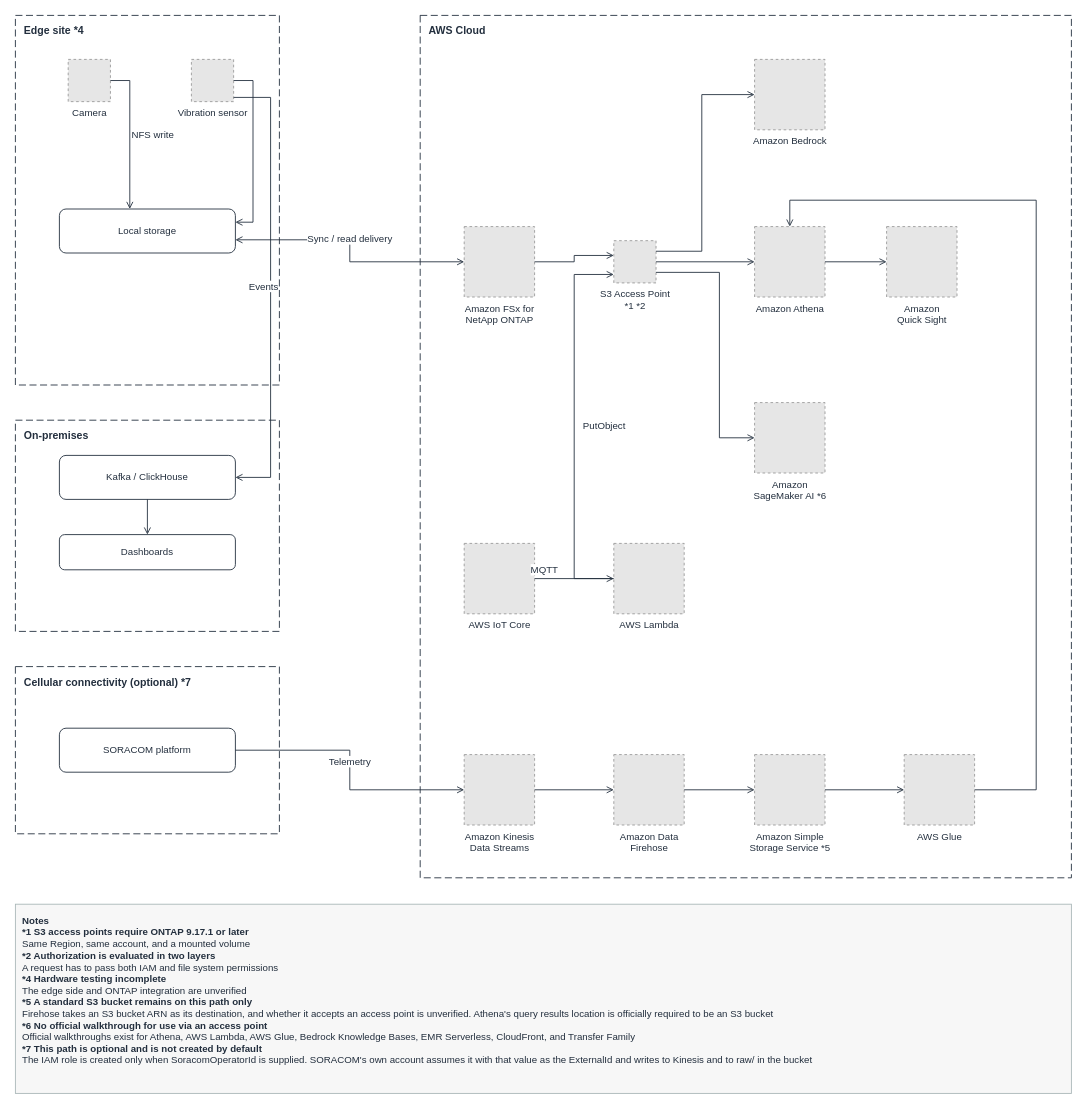
Before: docs/diagrams/architecture-overview-en.drawio in Yoshiki0705/ONTAP-Edge-to-Cloud-AI, a draw.io diagram. Source tidied: cells renumbered, new cells numbered last; positions are measured from the earlier drawing's top-left corner, leaving out a move shared by most shapes. Both pictures are drawn from the tidied source at 88%, with x=0, y=0 at pixel (15, 15). Pictures stored in the file or linked from it are replaced by grey dashed boxes.
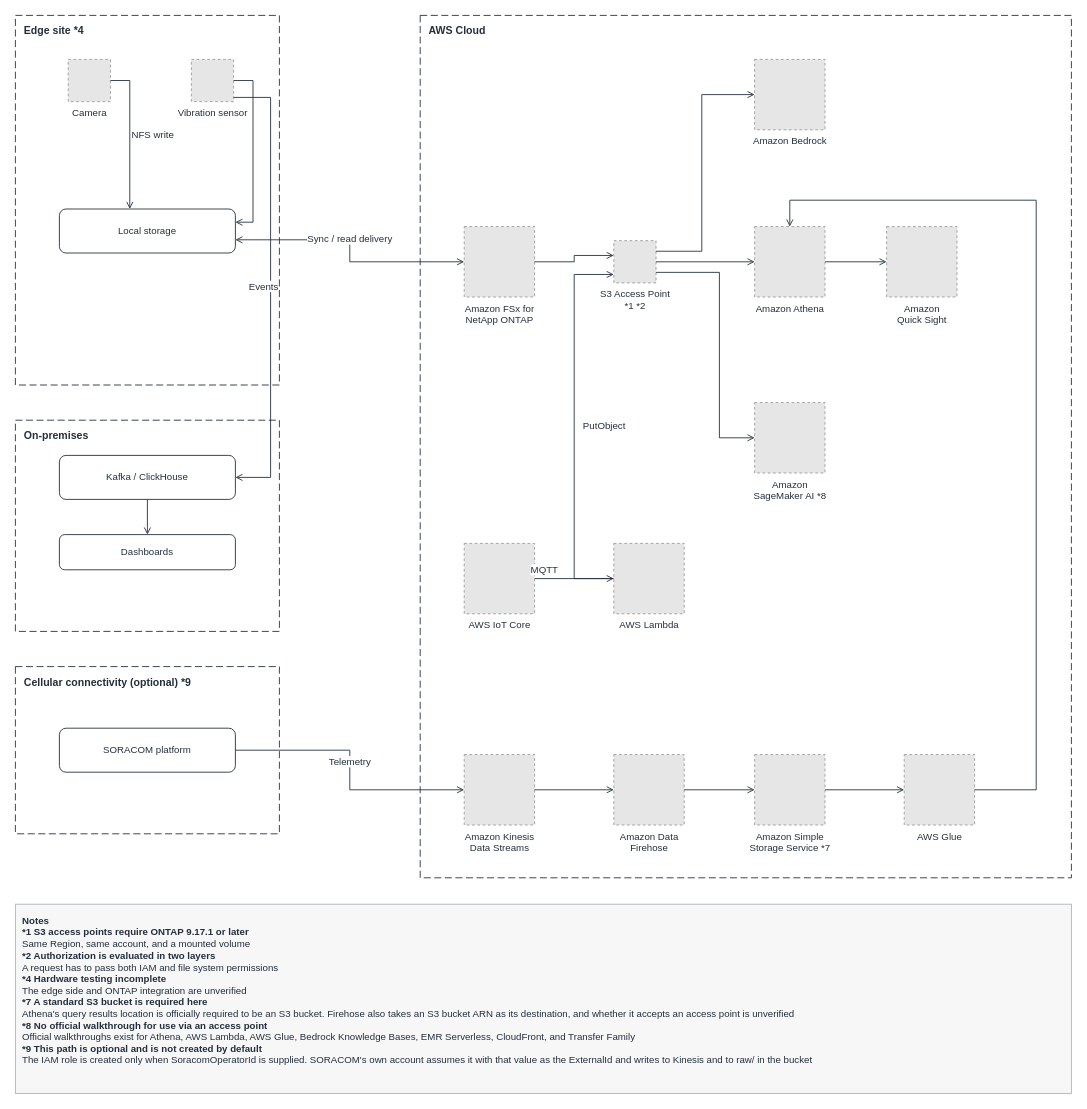
After the change.

Change to the diagram source:
```diff
@@
-    <mxCell id="4" value="Cellular connectivity (optional) *7" style="rounded=0;html=1;dashed=1;dashPattern=8 4;fillColor=none;strokeColor=#232F3E;verticalAlign=top;align=left;spacingLeft=8;spacingTop=4;fontSize=12;fontColor=#232F3E;fontStyle=1;" parent="1" vertex="1">
+    <mxCell id="4" value="Cellular connectivity (optional) *9" style="rounded=0;html=1;dashed=1;dashPattern=8 4;fillColor=none;strokeColor=#232F3E;verticalAlign=top;align=left;spacingLeft=8;spacingTop=4;fontSize=12;fontColor=#232F3E;fontStyle=1;" parent="1" vertex="1">
       <mxGeometry y="740" width="300" height="190" as="geometry" />
     </mxCell>
@@
-    <mxCell id="16" value="Amazon&lt;br&gt;SageMaker AI *6" style="fillColor=#E6E6E6;strokeColor=#999999;dashed=1;html=1;verticalLabelPosition=bottom;verticalAlign=top;labelPosition=center;align=center;fontSize=11;fontColor=#232F3E;" parent="1" vertex="1">
+    <mxCell id="16" value="Amazon&lt;br&gt;SageMaker AI *8" style="fillColor=#E6E6E6;strokeColor=#999999;dashed=1;html=1;verticalLabelPosition=bottom;verticalAlign=top;labelPosition=center;align=center;fontSize=11;fontColor=#232F3E;" parent="1" vertex="1">
       <mxGeometry x="840" y="440" width="80" height="80" as="geometry" />
     </mxCell>
@@
-    <mxCell id="22" value="Amazon Simple&lt;br&gt;Storage Service *5" style="fillColor=#E6E6E6;strokeColor=#999999;dashed=1;html=1;verticalLabelPosition=bottom;verticalAlign=top;labelPosition=center;align=center;fontSize=11;fontColor=#232F3E;" parent="1" vertex="1">
+    <mxCell id="22" value="Amazon Simple&lt;br&gt;Storage Service *7" style="fillColor=#E6E6E6;strokeColor=#999999;dashed=1;html=1;verticalLabelPosition=bottom;verticalAlign=top;labelPosition=center;align=center;fontSize=11;fontColor=#232F3E;" parent="1" vertex="1">
       <mxGeometry x="840" y="840" width="80" height="80" as="geometry" />
     </mxCell>
@@
-    <mxCell id="41" value="&lt;b&gt;Notes&lt;/b&gt;&lt;br&gt;&lt;b&gt;*1 S3 access points require ONTAP 9.17.1 or later&lt;/b&gt;&lt;br&gt;Same Region, same account, and a mounted volume&lt;br&gt;&lt;b&gt;*2 Authorization is evaluated in two layers&lt;/b&gt;&lt;br&gt;A request has to pass both IAM and file system permissions&lt;br&gt;&lt;b&gt;*4 Hardware testing incomplete&lt;/b&gt;&lt;br&gt;The edge side and ONTAP integration are unverified&lt;br&gt;&lt;b&gt;*5 A standard S3 bucket remains on this path only&lt;/b&gt;&lt;br&gt;Firehose takes an S3 bucket ARN as its destination, and whether it accepts an access point is unverified. Athena's query results location is officially required to be an S3 bucket&lt;br&gt;&lt;b&gt;*6 No official walkthrough for use via an access point&lt;/b&gt;&lt;br&gt;Official walkthroughs exist for Athena, AWS Lambda, AWS Glue, Bedrock Knowledge Bases, EMR Serverless, CloudFront, and Transfer Family&lt;br&gt;&lt;b&gt;*7 This path is optional and is not created by default&lt;/b&gt;&lt;br&gt;The IAM role is created only when SoracomOperatorId is supplied. SORACOM's own account assumes it with that value as the ExternalId and writes to Kinesis and to raw/ in the bucket" style="rounded=0;html=1;whiteSpace=wrap;fillColor=#F7F7F7;strokeColor=#AAB7B8;align=left;verticalAlign=top;spacing=8;fontSize=11;fontColor=#232F3E;" parent="1" vertex="1">
+    <mxCell id="41" value="&lt;b&gt;Notes&lt;/b&gt;&lt;br&gt;&lt;b&gt;*1 S3 access points require ONTAP 9.17.1 or later&lt;/b&gt;&lt;br&gt;Same Region, same account, and a mounted volume&lt;br&gt;&lt;b&gt;*2 Authorization is evaluated in two layers&lt;/b&gt;&lt;br&gt;A request has to pass both IAM and file system permissions&lt;br&gt;&lt;b&gt;*4 Hardware testing incomplete&lt;/b&gt;&lt;br&gt;The edge side and ONTAP integration are unverified&lt;br&gt;&lt;b&gt;*7 A standard S3 bucket is required here&lt;/b&gt;&lt;br&gt;Athena's query results location is officially required to be an S3 bucket. Firehose also takes an S3 bucket ARN as its destination, and whether it accepts an access point is unverified&lt;br&gt;&lt;b&gt;*8 No official walkthrough for use via an access point&lt;/b&gt;&lt;br&gt;Official walkthroughs exist for Athena, AWS Lambda, AWS Glue, Bedrock Knowledge Bases, EMR Serverless, CloudFront, and Transfer Family&lt;br&gt;&lt;b&gt;*9 This path is optional and is not created by default&lt;/b&gt;&lt;br&gt;The IAM role is created only when SoracomOperatorId is supplied. SORACOM's own account assumes it with that value as the ExternalId and writes to Kinesis and to raw/ in the bucket" style="rounded=0;html=1;whiteSpace=wrap;fillColor=#F7F7F7;strokeColor=#AAB7B8;align=left;verticalAlign=top;spacing=8;fontSize=11;fontColor=#232F3E;" parent="1" vertex="1">
       <mxGeometry y="1010" width="1200" height="215" as="geometry" />
     </mxCell>
```
